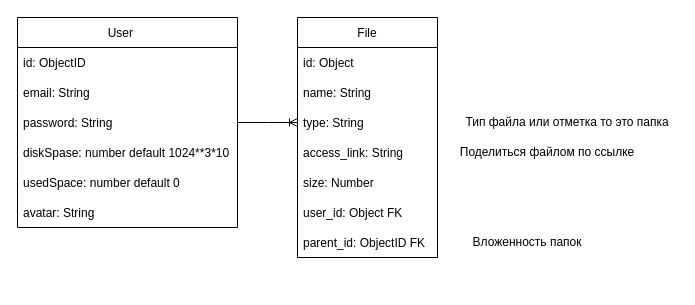
Earlier version of the draw.io diagram cloud diagram.drawio (AlecCross/MERN-CloudStorage). Source tidied: cells renumbered, new cells numbered last; positions are measured from the earlier drawing's top-left corner, leaving out a move shared by most shapes. Both pictures are drawn from the tidied source at 100%, with x=0, y=0 at pixel (17, 17).
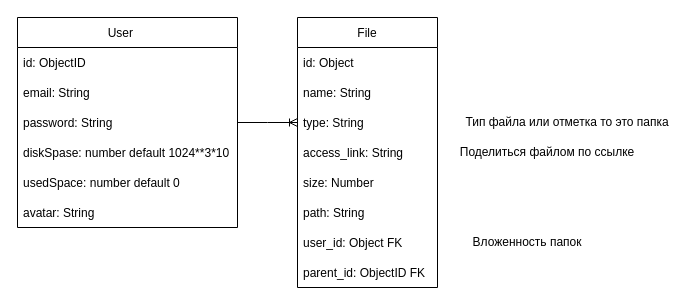
After the change.

Change to the diagram source:
```diff
@@
     <mxCell id="9" value="File" style="swimlane;fontStyle=0;horizontal=1;startSize=30;" parent="1" vertex="1">
-      <mxGeometry x="280" width="140" height="240" as="geometry" />
+      <mxGeometry x="280" width="140" height="270" as="geometry" />
     </mxCell>
@@
+    <mxCell id="21" value="path: String" style="text;strokeColor=none;fillColor=none;align=left;verticalAlign=middle;spacingLeft=4;spacingRight=4;overflow=hidden;" parent="9" vertex="1">
+      <mxGeometry y="180" width="140" height="30" as="geometry" />
+    </mxCell>
     <mxCell id="15" value="user_id: Object FK" style="text;strokeColor=none;fillColor=none;align=left;verticalAlign=middle;spacingLeft=4;spacingRight=4;overflow=hidden;" parent="9" vertex="1">
-      <mxGeometry y="180" width="140" height="30" as="geometry" />
+      <mxGeometry y="210" width="140" height="30" as="geometry" />
     </mxCell>
     <mxCell id="16" value="parent_id: ObjectID FK" style="text;strokeColor=none;fillColor=none;align=left;verticalAlign=middle;spacingLeft=4;spacingRight=4;overflow=hidden;" parent="9" vertex="1">
-      <mxGeometry y="210" width="140" height="30" as="geometry" />
+      <mxGeometry y="240" width="140" height="30" as="geometry" />
     </mxCell>
```
